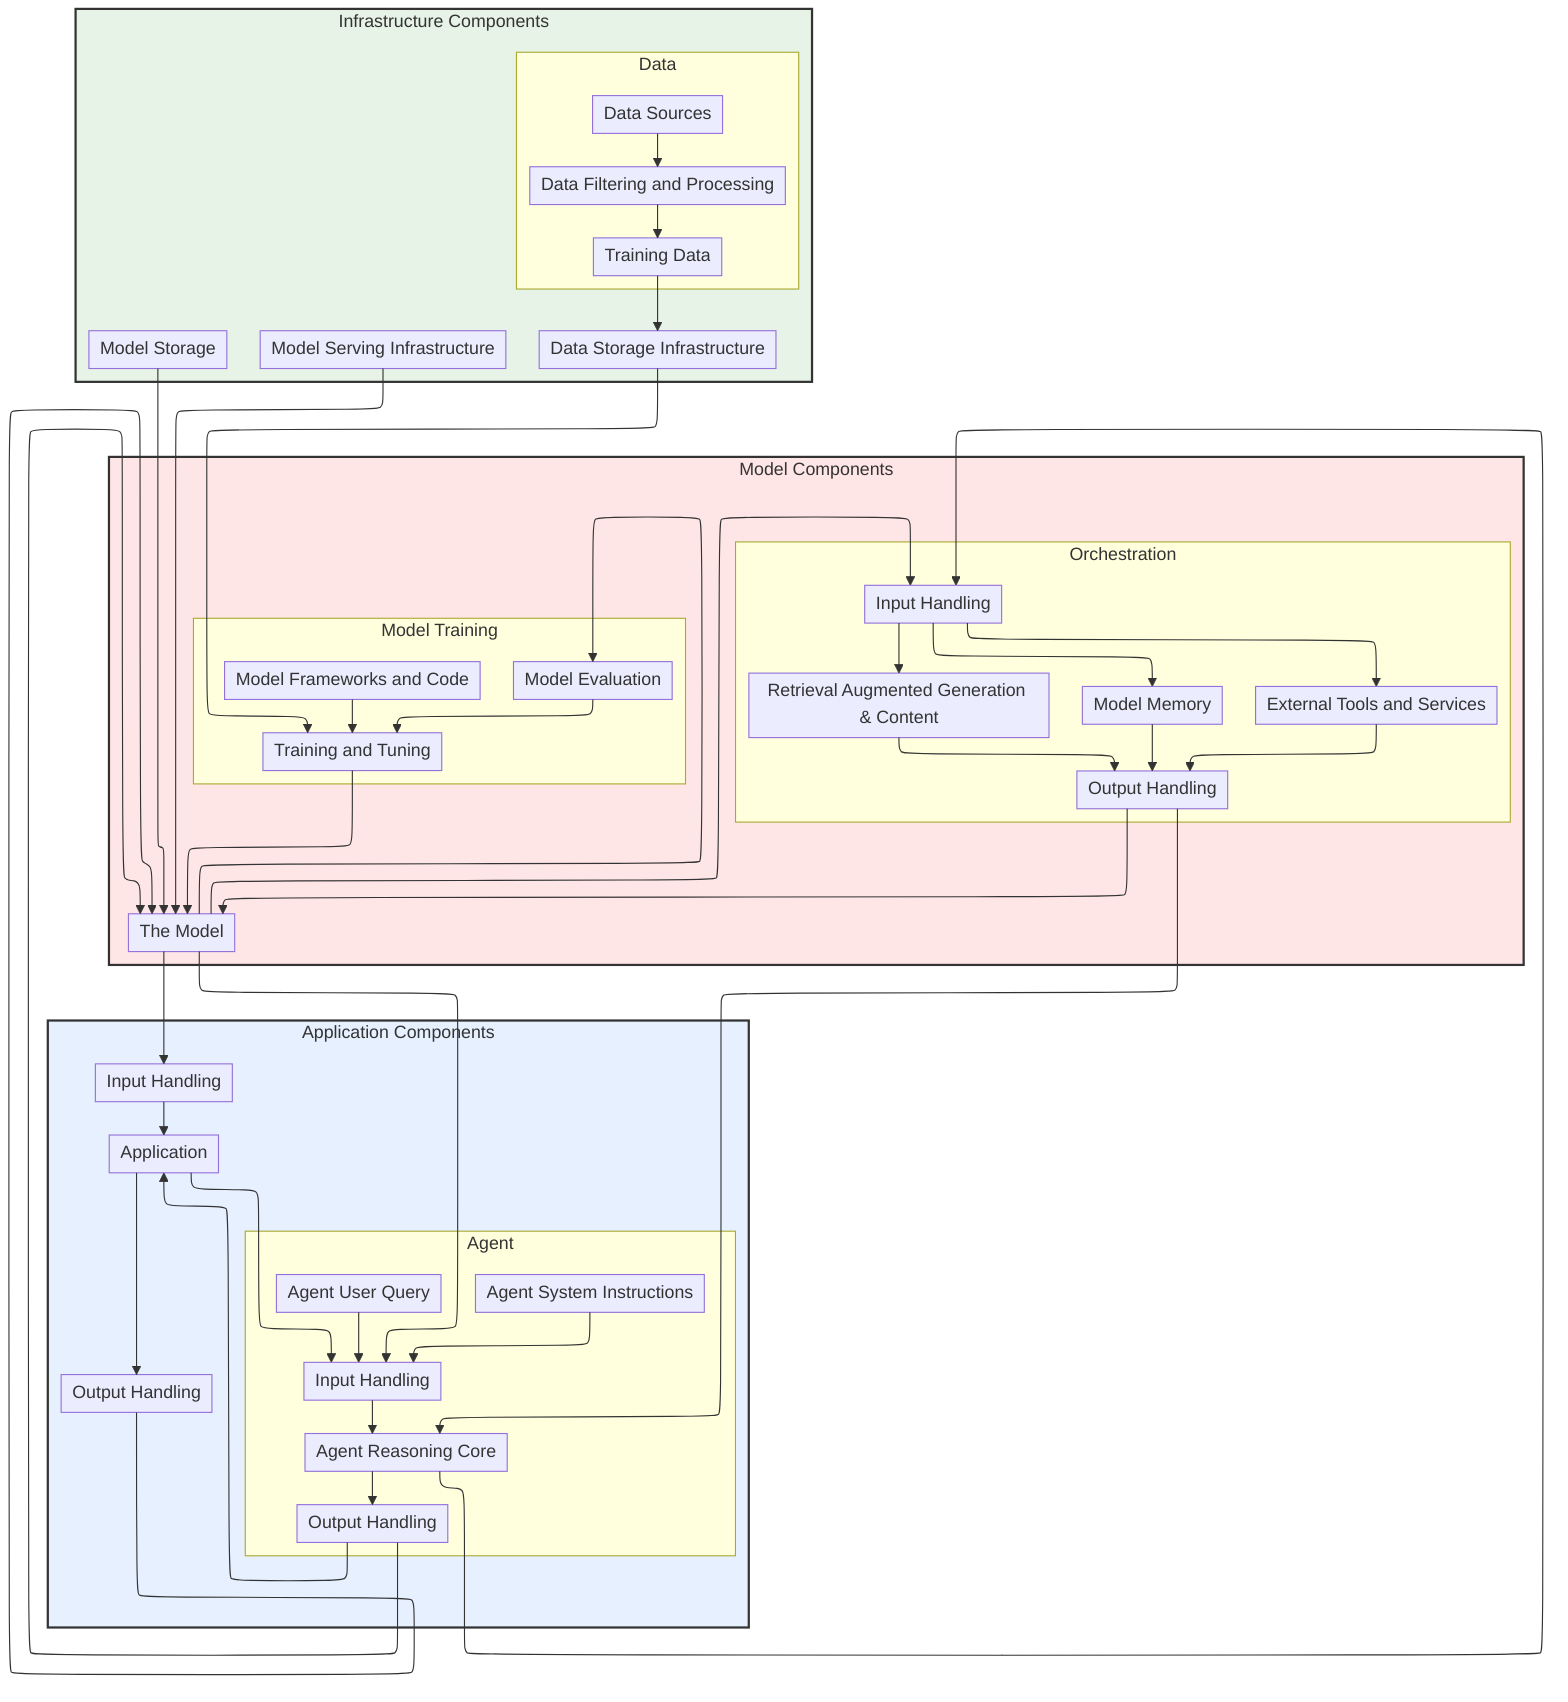
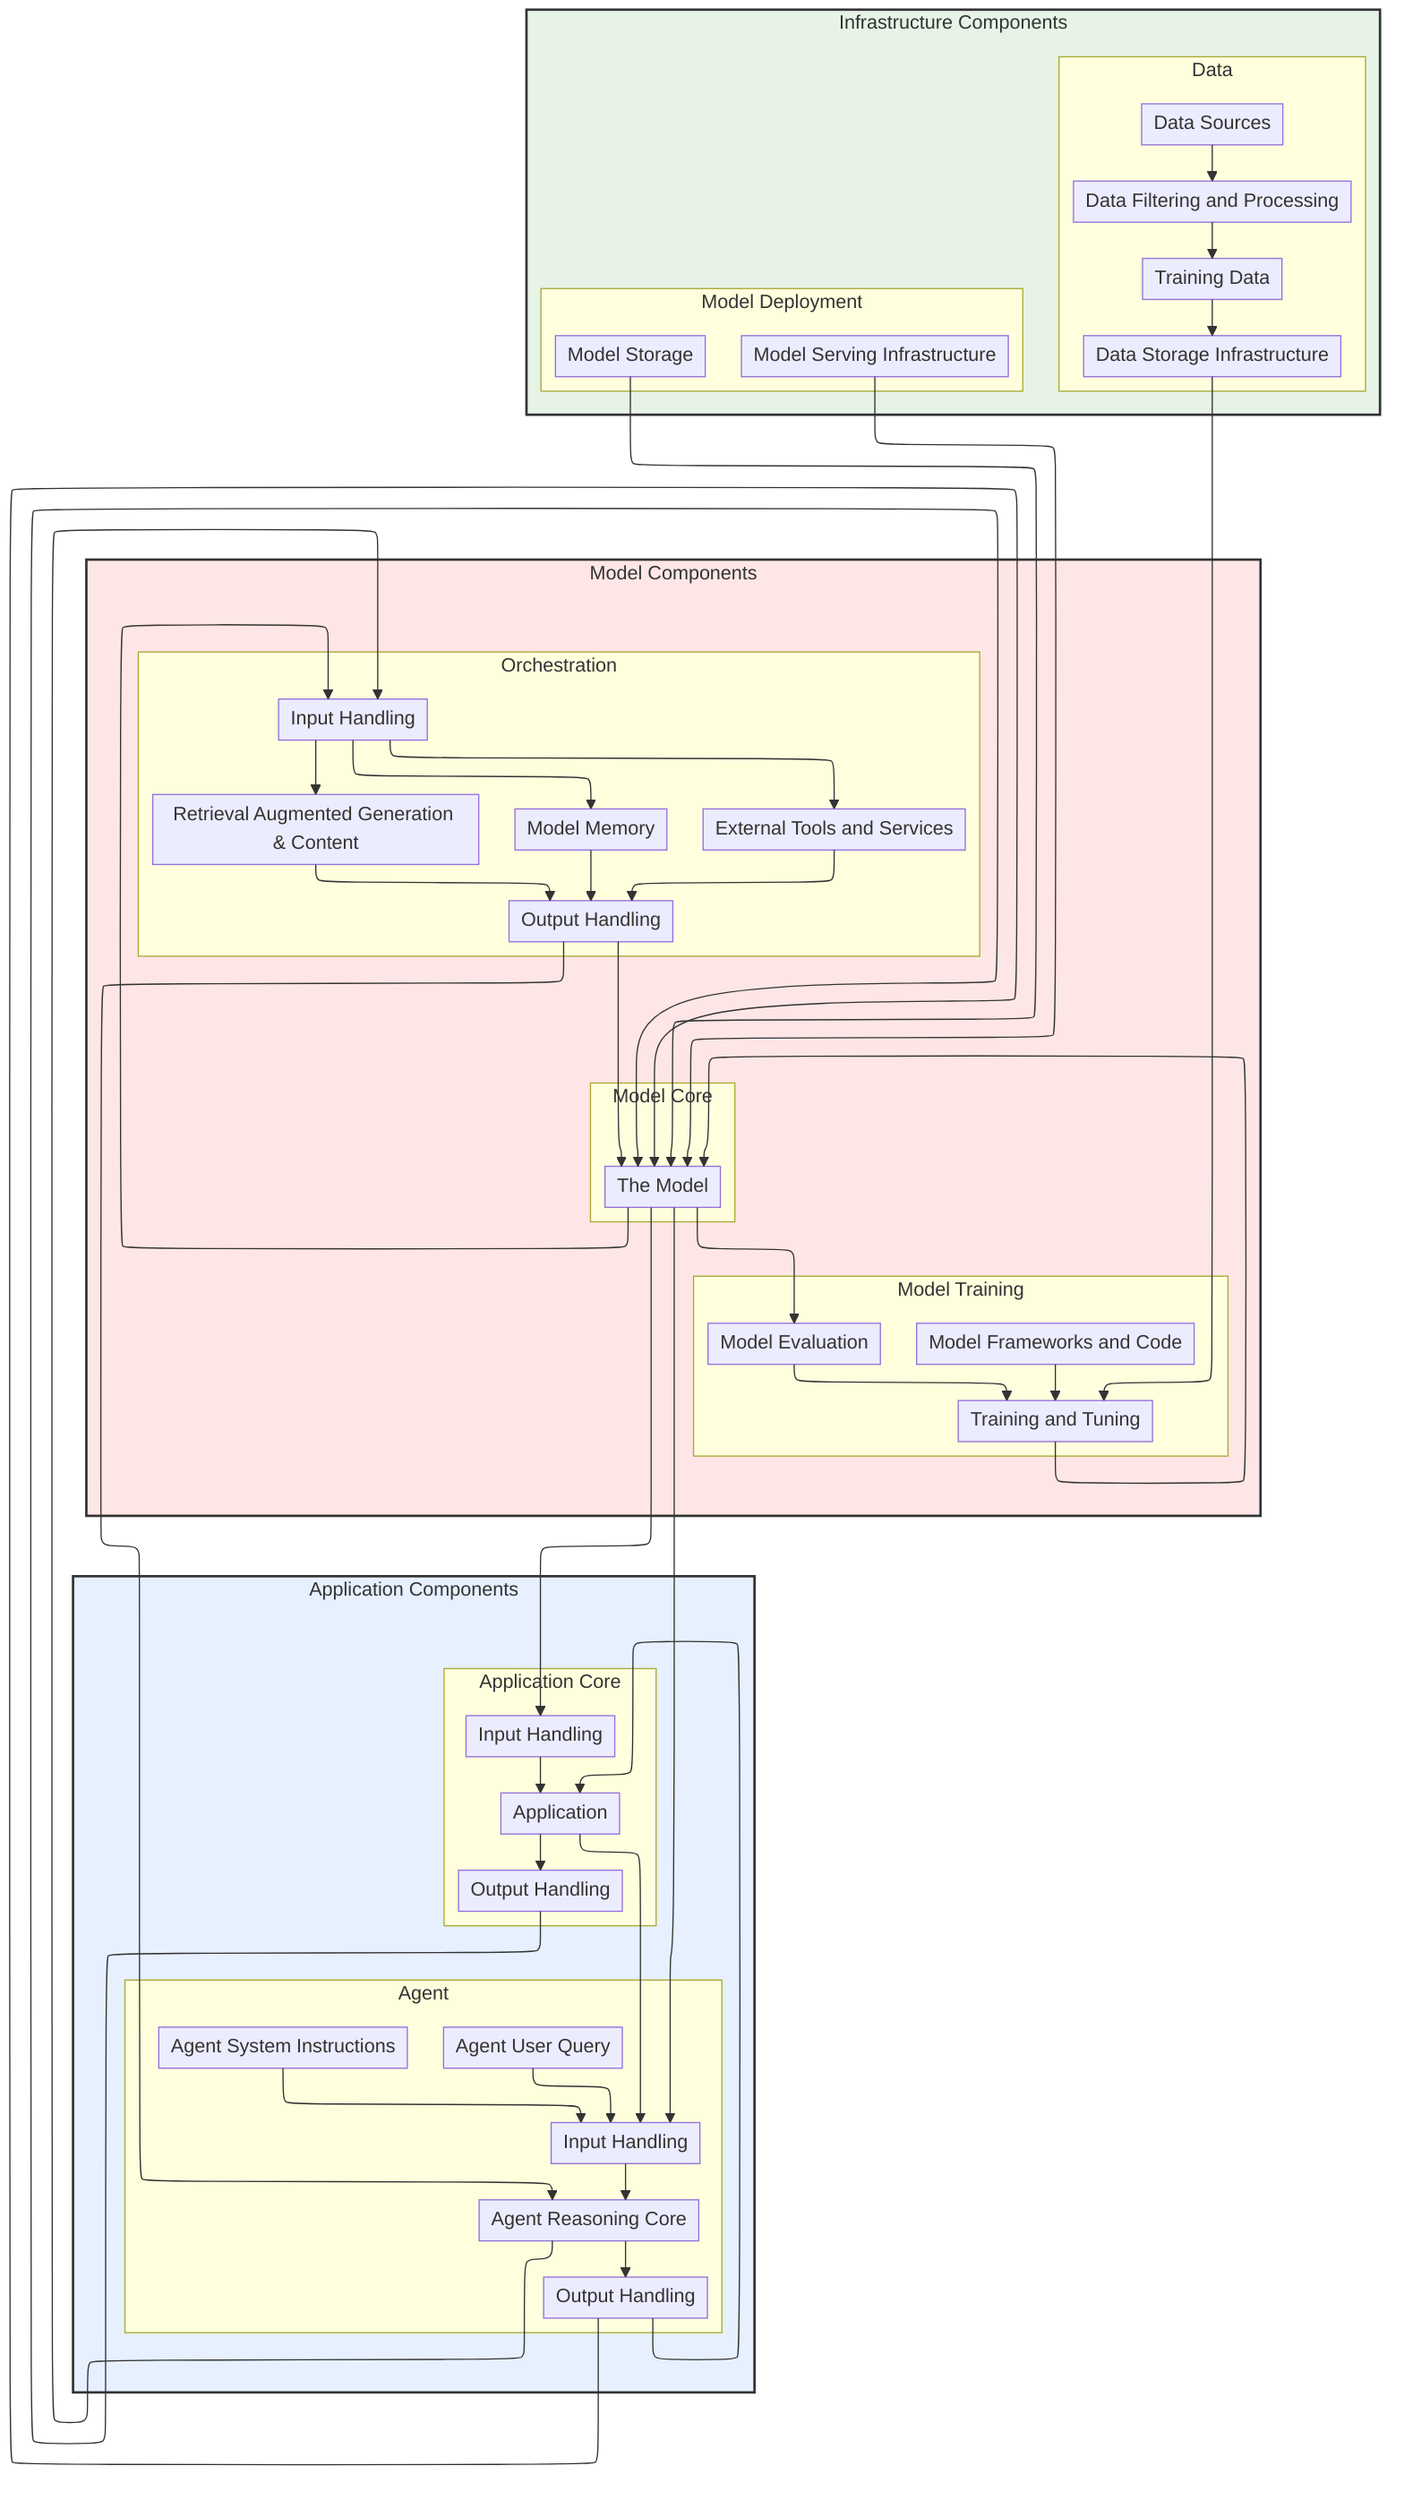
---
config:
  layout: elk
  elk:
    mergeEdges: False
    nodePlacementStrategy: BRANDES_KOEPF
---

graph TD
   %%{init: {'flowchart': {'nodeSpacing': 25, 'rankSpacing': 30, 'padding': 5, 'wrappingWidth': 250}}}%%
    classDef hidden display: none;
    classDef allControl stroke:#4285f4,stroke-width:2px,stroke-dasharray: 5 5

    subgraph componentsInfrastructure ["Infrastructure Components"]
-         componentDataStorage[Data Storage Infrastructure]
-         componentModelServing[Model Serving Infrastructure]
-         componentModelStorage[Model Storage]
        subgraph componentsData ["Data"]
            componentDataFilteringAndProcessing[Data Filtering and Processing]
            componentDataSources[Data Sources]
+             componentDataStorage[Data Storage Infrastructure]
            componentTrainingData[Training Data]
+         end
+         subgraph componentsModelDeployment ["Model Deployment"]
+             componentModelServing[Model Serving Infrastructure]
+             componentModelStorage[Model Storage]
        end
    end

    subgraph componentsModel ["Model Components"]
-         componentTheModel[The Model]
        subgraph componentsModelTraining ["Model Training"]
            componentModelEvaluation[Model Evaluation]
            componentModelFrameworksAndCode[Model Frameworks and Code]
            componentModelTrainingTuning[Training and Tuning]
+         end
+         subgraph componentsModelCore ["Model Core"]
+             componentTheModel[The Model]
        end
        subgraph componentsOrchestration ["Orchestration"]
            componentMemory[Model Memory]
            componentOrchestrationInputHandling[Input Handling]
            componentOrchestrationOutputHandling[Output Handling]
            componentRAGContent[Retrieval Augmented Generation & Content]
            componentTools[External Tools and Services]
        end
    end

    subgraph componentsApplication ["Application Components"]
-         componentApplication[Application]
-         componentApplicationInputHandling[Input Handling]
-         componentApplicationOutputHandling[Output Handling]
+         subgraph componentsApplicationCore ["Application Core"]
+             componentApplication[Application]
+             componentApplicationInputHandling[Input Handling]
+             componentApplicationOutputHandling[Output Handling]
+         end
        subgraph componentsAgent ["Agent"]
            componentAgentInputHandling[Input Handling]
            componentAgentOutputHandling[Output Handling]
            componentAgentSystemInstruction[Agent System Instructions]
            componentAgentUserQuery[Agent User Query]
            componentReasoningCore[Agent Reasoning Core]
        end
    end


    componentDataSources --> componentDataFilteringAndProcessing
    componentDataFilteringAndProcessing --> componentTrainingData
    componentTrainingData --> componentDataStorage
    componentDataStorage --> componentModelTrainingTuning
    componentModelFrameworksAndCode --> componentModelTrainingTuning
    componentModelEvaluation --> componentModelTrainingTuning
    componentModelTrainingTuning --> componentTheModel
    componentModelStorage --> componentTheModel
    componentModelServing --> componentTheModel
    componentTheModel --> componentModelEvaluation
    componentTheModel --> componentAgentInputHandling
    componentTheModel --> componentApplicationInputHandling
    componentTheModel --> componentOrchestrationInputHandling
    componentApplication --> componentApplicationOutputHandling
    componentApplication --> componentAgentInputHandling
    componentApplicationOutputHandling --> componentTheModel
    componentApplicationInputHandling --> componentApplication
    componentReasoningCore --> componentAgentOutputHandling
    componentReasoningCore --> componentOrchestrationInputHandling
    componentOrchestrationOutputHandling --> componentReasoningCore
    componentOrchestrationOutputHandling --> componentTheModel
    componentOrchestrationInputHandling --> componentTools
    componentOrchestrationInputHandling --> componentMemory
    componentOrchestrationInputHandling --> componentRAGContent
    componentTools --> componentOrchestrationOutputHandling
    componentMemory --> componentOrchestrationOutputHandling
    componentRAGContent --> componentOrchestrationOutputHandling
    componentAgentUserQuery --> componentAgentInputHandling
    componentAgentSystemInstruction --> componentAgentInputHandling
    componentAgentInputHandling --> componentReasoningCore
    componentAgentOutputHandling --> componentApplication
    componentAgentOutputHandling --> componentTheModel

%% Node style definitions
    style componentsInfrastructure fill:#e6f3e6,stroke:#333333,stroke-width:2px
    style componentsApplication fill:#e6f0ff,stroke:#333333,stroke-width:2px
    style componentsModel fill:#ffe6e6,stroke:#333333,stroke-width:2px
